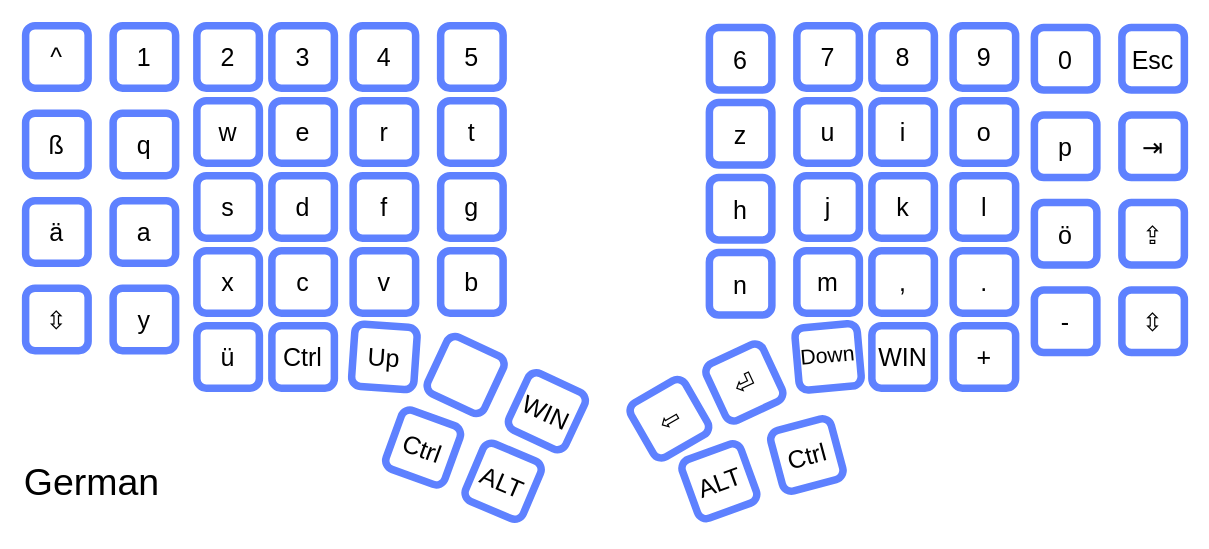
Before: page "Ge - Mac" (15 of 16) of layouts.drawio in maxistar/dacty, a draw.io diagram. Source tidied: cells renumbered, new cells numbered last; positions are measured from the earlier drawing's top-left corner, leaving out a move shared by most shapes. Both pictures are drawn from the tidied source at 125%, with x=0, y=0 at pixel (21, 25).
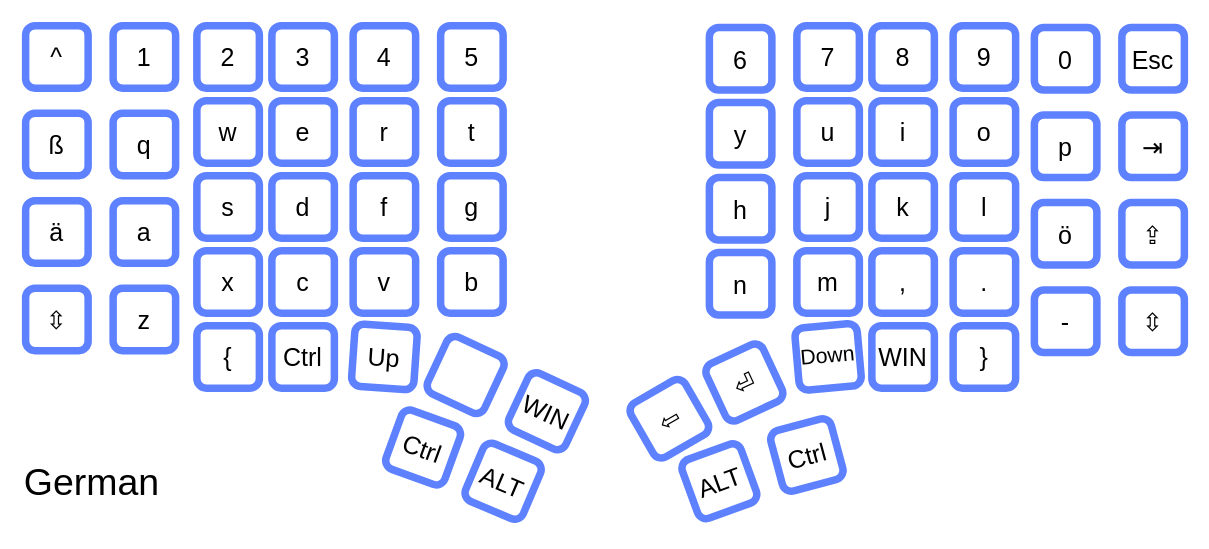
After the change.

What changed in the source:
```diff
@@
-    <mxCell id="9" value="&lt;font style=&quot;font-size: 20px;&quot;&gt;y&lt;/font&gt;" style="rounded=1;whiteSpace=wrap;html=1;strokeWidth=6;strokeColor=#5E81FF;" parent="1" vertex="1">
+    <mxCell id="9" value="&lt;font style=&quot;font-size: 20px;&quot;&gt;z&lt;/font&gt;" style="rounded=1;whiteSpace=wrap;html=1;strokeWidth=6;strokeColor=#5E81FF;" parent="1" vertex="1">
       <mxGeometry x="73" y="210" width="50" height="50" as="geometry" />
     </mxCell>
@@
-    <mxCell id="14" value="&lt;font style=&quot;font-size: 20px;&quot;&gt;ü&lt;/font&gt;" style="rounded=1;whiteSpace=wrap;html=1;strokeWidth=6;strokeColor=#5E81FF;" parent="1" vertex="1">
+    <mxCell id="14" value="&lt;font style=&quot;font-size: 20px;&quot;&gt;{&lt;/font&gt;" style="rounded=1;whiteSpace=wrap;html=1;strokeWidth=6;strokeColor=#5E81FF;" parent="1" vertex="1">
       <mxGeometry x="140" y="240" width="50" height="50" as="geometry" />
     </mxCell>
@@
-    <mxCell id="41" value="&lt;font style=&quot;font-size: 20px;&quot;&gt;z&lt;/font&gt;" style="rounded=1;whiteSpace=wrap;html=1;strokeWidth=6;strokeColor=#5E81FF;" parent="1" vertex="1">
+    <mxCell id="41" value="&lt;font style=&quot;font-size: 20px;&quot;&gt;y&lt;/font&gt;" style="rounded=1;whiteSpace=wrap;html=1;strokeWidth=6;strokeColor=#5E81FF;" parent="1" vertex="1">
       <mxGeometry x="550" y="61.5" width="50" height="50" as="geometry" />
     </mxCell>
@@
-    <mxCell id="53" value="&lt;font style=&quot;font-size: 20px;&quot;&gt;+&lt;/font&gt;" style="rounded=1;whiteSpace=wrap;html=1;strokeWidth=6;strokeColor=#5E81FF;" parent="1" vertex="1">
+    <mxCell id="53" value="&lt;font style=&quot;font-size: 20px;&quot;&gt;}&lt;/font&gt;" style="rounded=1;whiteSpace=wrap;html=1;strokeWidth=6;strokeColor=#5E81FF;" parent="1" vertex="1">
       <mxGeometry x="745" y="240" width="50" height="50" as="geometry" />
     </mxCell>
```
